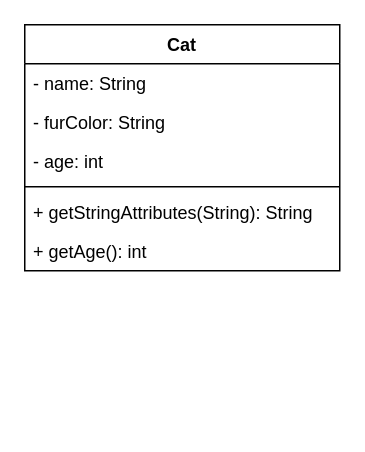
RoyStrassberger/02c_Klassen_Objekte_2 keeps this draw.io diagram as page "Cat_2" (2 of 2) of cat.drawio. Above is the earlier version. Source tidied: cells renumbered, new cells numbered last; positions are measured from the earlier drawing's top-left corner, leaving out a move shared by most shapes. Both pictures are drawn from the tidied source at 150%, with x=0, y=0 at pixel (24, 24).
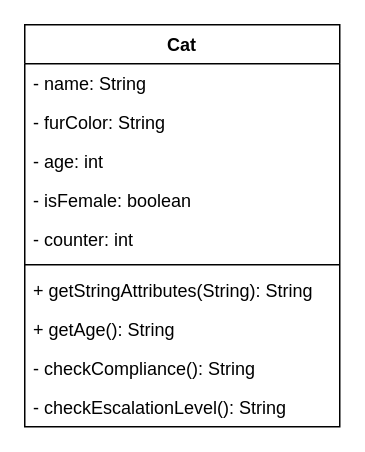
The same page after the edit.

Commit message (it also covers changes not shown here):
Call-Kaskade / checkCompliance / counter++

The edit, as a diff of the source:
```diff
@@
 <mxGraphModel>
   <root>
     <mxCell id="0" />
     <mxCell id="1" parent="0" />
     <mxCell id="2" value="Cat" style="swimlane;fontStyle=1;align=center;verticalAlign=top;horizontal=1;startSize=26;" parent="1" vertex="1">
-      <mxGeometry width="210" height="164" as="geometry" />
+      <mxGeometry width="210" height="268" as="geometry" />
     </mxCell>
     <mxCell id="3" value="- name: String" style="text;strokeColor=none;fillColor=none;align=left;verticalAlign=top;spacingLeft=4;spacingRight=4;overflow=hidden;" parent="2" vertex="1">
       <mxGeometry y="26" width="210" height="26" as="geometry" />
     </mxCell>
     <mxCell id="4" value="- furColor: String" style="text;strokeColor=none;fillColor=none;align=left;verticalAlign=top;spacingLeft=4;spacingRight=4;overflow=hidden;" parent="2" vertex="1">
       <mxGeometry y="52" width="210" height="26" as="geometry" />
     </mxCell>
     <mxCell id="5" value="- age: int" style="text;strokeColor=none;fillColor=none;align=left;verticalAlign=top;spacingLeft=4;spacingRight=4;overflow=hidden;" parent="2" vertex="1">
       <mxGeometry y="78" width="210" height="26" as="geometry" />
     </mxCell>
+    <mxCell id="9" value="- isFemale: boolean" style="text;strokeColor=none;fillColor=none;align=left;verticalAlign=top;spacingLeft=4;spacingRight=4;overflow=hidden;" parent="2" vertex="1">
+      <mxGeometry y="104" width="210" height="26" as="geometry" />
+    </mxCell>
+    <mxCell id="10" value="- counter: int" style="text;strokeColor=none;fillColor=none;align=left;verticalAlign=top;spacingLeft=4;spacingRight=4;overflow=hidden;" parent="2" vertex="1">
+      <mxGeometry y="130" width="210" height="26" as="geometry" />
+    </mxCell>
     <mxCell id="6" style="line;strokeWidth=1;fillColor=none;align=left;verticalAlign=middle;spacingTop=-1;spacingLeft=3;spacingRight=3;labelPosition=right;" parent="2" vertex="1">
-      <mxGeometry y="104" width="210" height="8" as="geometry" />
+      <mxGeometry y="156" width="210" height="8" as="geometry" />
     </mxCell>
     <mxCell id="7" value="+ getStringAttributes(String): String" style="text;strokeColor=none;fillColor=none;align=left;verticalAlign=top;spacingLeft=4;spacingRight=4;overflow=hidden;" parent="2" vertex="1">
-      <mxGeometry y="112" width="210" height="26" as="geometry" />
+      <mxGeometry y="164" width="210" height="26" as="geometry" />
     </mxCell>
-    <mxCell id="8" value="+ getAge(): int" style="text;strokeColor=none;fillColor=none;align=left;verticalAlign=top;spacingLeft=4;spacingRight=4;overflow=hidden;" parent="2" vertex="1">
-      <mxGeometry y="138" width="210" height="26" as="geometry" />
+    <mxCell id="8" value="+ getAge(): String" style="text;strokeColor=none;fillColor=none;align=left;verticalAlign=top;spacingLeft=4;spacingRight=4;overflow=hidden;" parent="2" vertex="1">
+      <mxGeometry y="190" width="210" height="26" as="geometry" />
     </mxCell>
+    <mxCell id="11" value="- checkCompliance(): String" style="text;strokeColor=none;fillColor=none;align=left;verticalAlign=top;spacingLeft=4;spacingRight=4;overflow=hidden;" parent="2" vertex="1">
+      <mxGeometry y="216" width="210" height="26" as="geometry" />
+    </mxCell>
+    <mxCell id="12" value="- checkEscalationLevel(): String" style="text;strokeColor=none;fillColor=none;align=left;verticalAlign=top;spacingLeft=4;spacingRight=4;overflow=hidden;" parent="2" vertex="1">
+      <mxGeometry y="242" width="210" height="26" as="geometry" />
+    </mxCell>
   </root>
 </mxGraphModel>
```
